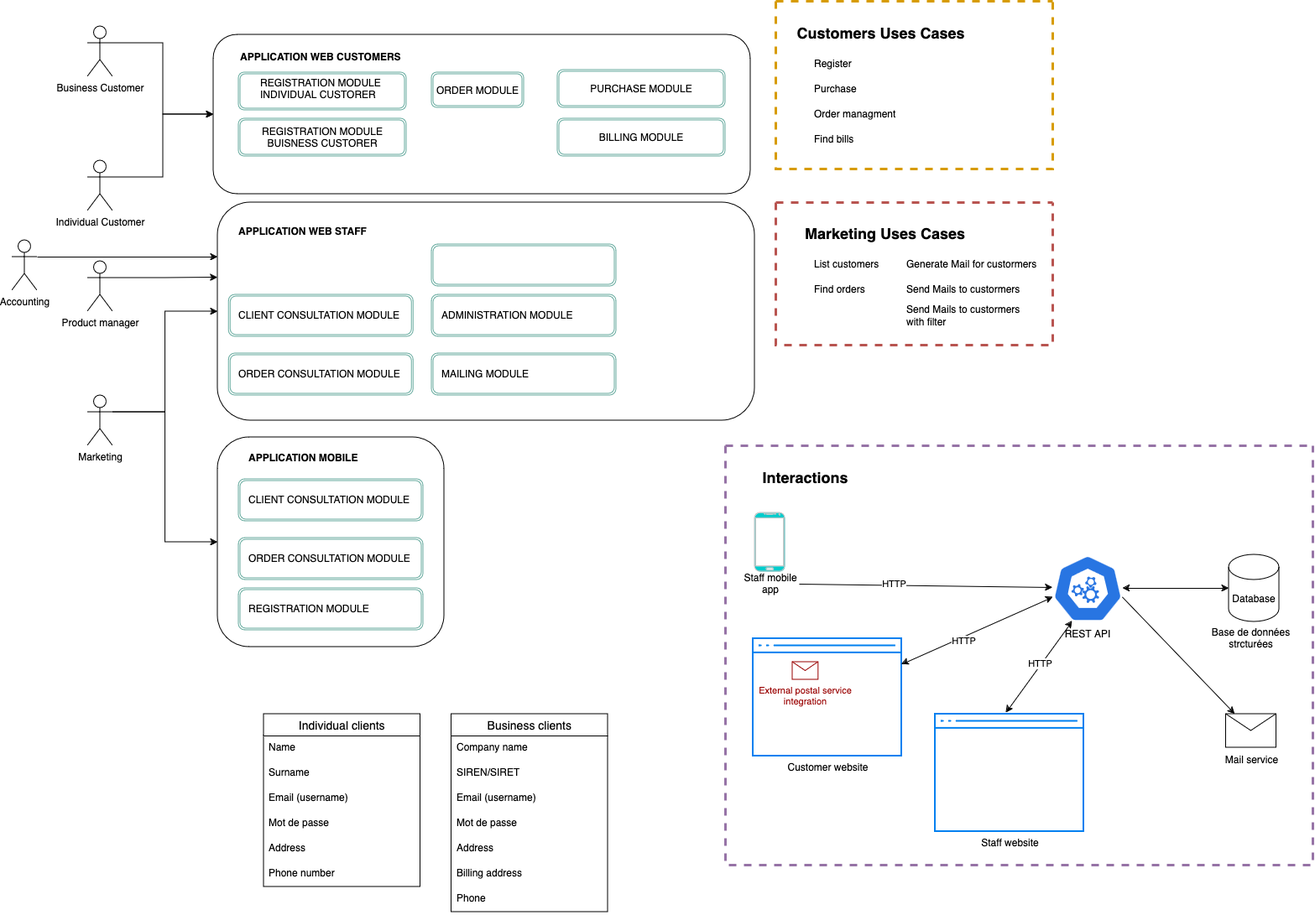
Above: R-Corp Fresh air.png in ConfrerieDuPlaid/R-Corp (draw.io), before the change. Source tidied: cells renumbered, new cells last; positions are measured from the earlier drawing's top-left corner, leaving out a move shared by most shapes.
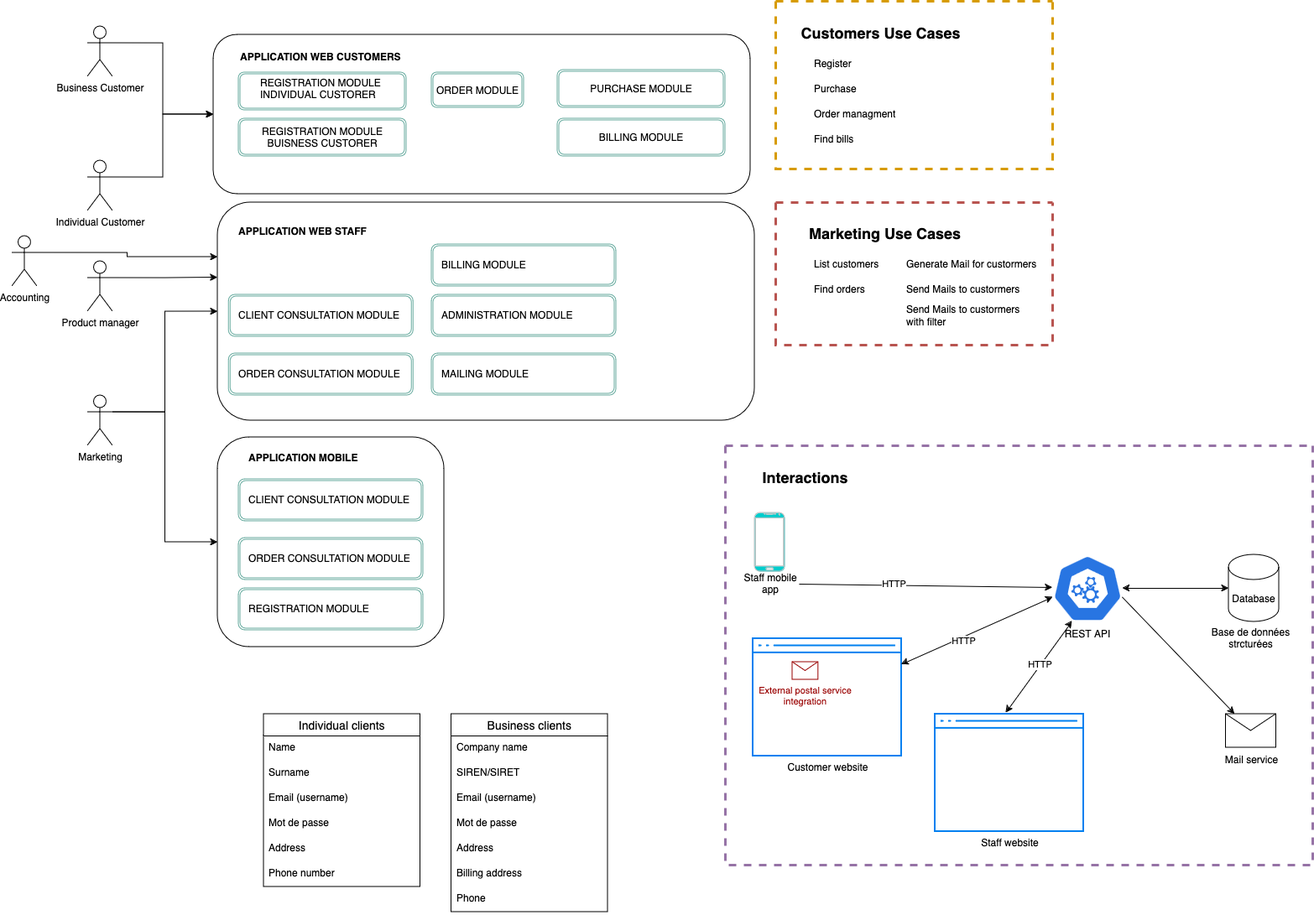
After the commit.

What changed in the source:
```diff
@@ -3,7 +3,7 @@
     <mxCell id="0" />
     <mxCell id="1" parent="0" />
     <mxCell id="2" value="&lt;div&gt;Accounting&lt;/div&gt;" style="shape=umlActor;verticalLabelPosition=bottom;verticalAlign=top;html=1;outlineConnect=0;" parent="1" vertex="1">
-      <mxGeometry y="285" width="30" height="60" as="geometry" />
+      <mxGeometry y="280" width="30" height="60" as="geometry" />
     </mxCell>
     <mxCell id="3" style="edgeStyle=orthogonalEdgeStyle;rounded=0;jettySize=auto;html=1;exitX=1;exitY=0.3333333333333333;exitDx=0;exitDy=0;exitPerimeter=0;entryX=0;entryY=0.5;entryDx=0;entryDy=0;" parent="1" edge="1" source="38" target="63">
       <mxGeometry relative="1" as="geometry" />
@@ -11,7 +11,7 @@
     <mxCell id="4" style="swimlane;startSize=0;fillColor=#f8cecc;strokeColor=#b85450;dashed=1;strokeWidth=3;rounded=0;swimlaneLine=1;glass=0;" parent="1" vertex="1">
       <mxGeometry x="910" y="240" width="330" height="170" as="geometry" />
     </mxCell>
-    <mxCell id="5" value="Marketing Uses Cases" style="text;html=1;align=center;verticalAlign=middle;strokeColor=none;fillColor=none;fontStyle=1;fontSize=18;" parent="4" vertex="1">
+    <mxCell id="5" value="Marketing Use Cases" style="text;html=1;align=center;verticalAlign=middle;strokeColor=none;fillColor=none;fontStyle=1;fontSize=18;" parent="4" vertex="1">
       <mxGeometry x="30" y="19" width="200" height="40" as="geometry" />
     </mxCell>
     <mxCell id="6" value="List customers" style="text;strokeColor=none;fillColor=none;align=left;verticalAlign=middle;spacingLeft=4;spacingRight=4;overflow=hidden;whiteSpace=wrap;html=1;" parent="4" vertex="1">
@@ -121,8 +121,8 @@
     <mxCell id="40" style="swimlane;startSize=0;fillColor=#ffe6cc;strokeColor=#d79b00;dashed=1;strokeWidth=3;rounded=0;swimlaneLine=1;glass=0;" parent="1" vertex="1">
       <mxGeometry x="910" width="330" height="200" as="geometry" />
     </mxCell>
-    <mxCell id="41" value="Customers Uses Cases" style="text;html=1;align=center;verticalAlign=middle;strokeColor=none;fillColor=none;fontStyle=1;fontSize=18;" parent="40" vertex="1">
-      <mxGeometry x="20" y="20" width="210" height="40" as="geometry" />
+    <mxCell id="41" value="Customers Use Cases" style="text;html=1;align=center;verticalAlign=middle;strokeColor=none;fillColor=none;fontStyle=1;fontSize=18;" parent="40" vertex="1">
+      <mxGeometry x="25" y="20" width="200" height="40" as="geometry" />
     </mxCell>
     <mxCell id="42" value="Register" style="text;strokeColor=none;fillColor=none;align=left;verticalAlign=middle;spacingLeft=4;spacingRight=4;overflow=hidden;whiteSpace=wrap;html=1;" parent="40" vertex="1">
       <mxGeometry x="40" y="60" width="80" height="30" as="geometry" />
@@ -280,6 +280,9 @@
     <mxCell id="93" value="MAILING MODULE&lt;b&gt;&lt;br&gt;&lt;/b&gt;" style="text;whiteSpace=wrap;html=1;verticalAlign=middle;" parent="1" vertex="1">
       <mxGeometry x="510" y="425" width="200" height="40" as="geometry" />
     </mxCell>
+    <mxCell id="98" value="&lt;span style=&quot;color: rgba(0, 0, 0, 0); font-family: monospace; font-size: 0px; text-align: start; text-wrap: nowrap;&quot;&gt;%3CmxGraphModel%3E%3Croot%3E%3CmxCell%20id%3D%220%22%2F%3E%3CmxCell%20id%3D%221%22%20parent%3D%220%22%2F%3E%3CmxCell%20id%3D%222%22%20value%3D%22Command%20gesture%22%20style%3D%22text%3BstrokeColor%3Dnone%3BfillColor%3Dnone%3Balign%3Dleft%3BverticalAlign%3Dmiddle%3BspacingLeft%3D4%3BspacingRight%3D4%3Boverflow%3Dhidden%3Bpoints%3D%5B%5B0%2C0.5%5D%2C%5B1%2C0.5%5D%5D%3BportConstraint%3Deastwest%3Brotatable%3D0%3BwhiteSpace%3Dwrap%3Bhtml%3D1%3B%22%20vertex%3D%221%22%20parent%3D%221%22%3E%3CmxGeometry%20x%3D%22120%22%20y%3D%22780%22%20width%3D%22140%22%20height%3D%2230%22%20as%3D%22geometry%22%2F%3E%3C%2FmxCell%3E%3C%2Froot%3E%3C%2FmxGraphModel%3E&lt;/span&gt;" style="shape=ext;double=1;rounded=1;whiteSpace=wrap;html=1;strokeColor=#67AB9F;" parent="1" vertex="1">
+      <mxGeometry x="500" y="290" width="220" height="50" as="geometry" />
+    </mxCell>
     <mxCell id="94" value="Product manager" style="shape=umlActor;verticalLabelPosition=bottom;verticalAlign=top;html=1;outlineConnect=0;" parent="1" vertex="1">
       <mxGeometry x="90" y="310" width="30" height="60" as="geometry" />
     </mxCell>
@@ -292,8 +295,5 @@
     <mxCell id="97" style="edgeStyle=orthogonalEdgeStyle;rounded=0;jettySize=auto;html=1;exitX=1;exitY=0.3333333333333333;exitDx=0;exitDy=0;exitPerimeter=0;entryX=0;entryY=0.25;entryDx=0;entryDy=0;" parent="1" edge="1" source="2" target="83">
       <mxGeometry relative="1" as="geometry" />
     </mxCell>
-    <mxCell id="98" value="&lt;span style=&quot;color: rgba(0, 0, 0, 0); font-family: monospace; font-size: 0px; text-align: start; text-wrap: nowrap;&quot;&gt;%3CmxGraphModel%3E%3Croot%3E%3CmxCell%20id%3D%220%22%2F%3E%3CmxCell%20id%3D%221%22%20parent%3D%220%22%2F%3E%3CmxCell%20id%3D%222%22%20value%3D%22Command%20gesture%22%20style%3D%22text%3BstrokeColor%3Dnone%3BfillColor%3Dnone%3Balign%3Dleft%3BverticalAlign%3Dmiddle%3BspacingLeft%3D4%3BspacingRight%3D4%3Boverflow%3Dhidden%3Bpoints%3D%5B%5B0%2C0.5%5D%2C%5B1%2C0.5%5D%5D%3BportConstraint%3Deastwest%3Brotatable%3D0%3BwhiteSpace%3Dwrap%3Bhtml%3D1%3B%22%20vertex%3D%221%22%20parent%3D%221%22%3E%3CmxGeometry%20x%3D%22120%22%20y%3D%22780%22%20width%3D%22140%22%20height%3D%2230%22%20as%3D%22geometry%22%2F%3E%3C%2FmxCell%3E%3C%2Froot%3E%3C%2FmxGraphModel%3E&lt;/span&gt;" style="shape=ext;double=1;rounded=1;whiteSpace=wrap;html=1;strokeColor=#67AB9F;" parent="1" vertex="1">
-      <mxGeometry x="500" y="290" width="220" height="50" as="geometry" />
-    </mxCell>
   </root>
 </mxGraphModel>
```
